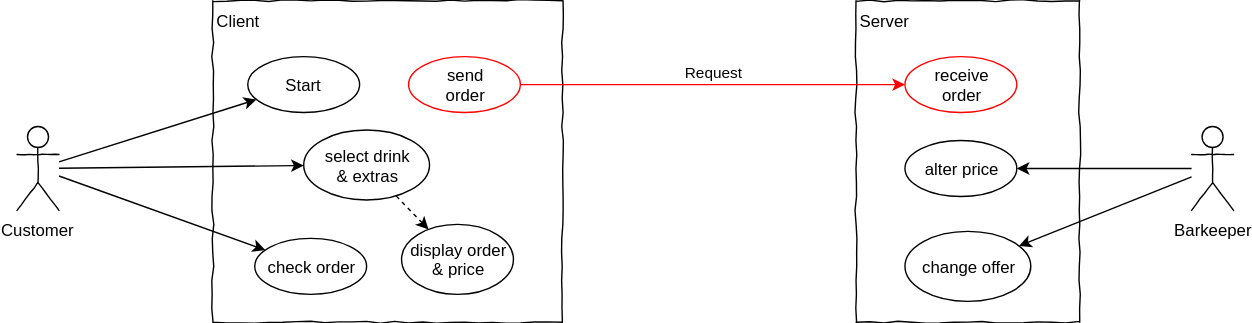
JirkaDellOro/EIA2-Inverted keeps this draw.io diagram as L05_CommunicationClient/Material/draw.io/UseCase.svg. Above is the earlier version. Source tidied: cells renumbered, new cells last; positions are measured from the earlier drawing's top-left corner, leaving out a move shared by most shapes. Source of this version:
```xml
<mxGraphModel>
  <root>
    <mxCell id="0" />
    <mxCell id="1" parent="0" />
    <mxCell id="2" value="&lt;div style=&quot;text-align: left&quot;&gt;&lt;span&gt;Client&lt;/span&gt;&lt;/div&gt;" style="rounded=0;whiteSpace=wrap;html=1;shadow=0;glass=0;comic=1;strokeColor=#000000;labelPosition=center;verticalLabelPosition=middle;align=left;verticalAlign=top;absoluteArcSize=1;arcSize=50;" parent="1" vertex="1">
      <mxGeometry x="140" width="250" height="230" as="geometry" />
    </mxCell>
    <mxCell id="3" value="&lt;div style=&quot;text-align: left&quot;&gt;&lt;span&gt;Server&lt;/span&gt;&lt;/div&gt;" style="rounded=0;whiteSpace=wrap;html=1;shadow=0;glass=0;comic=1;strokeColor=#000000;labelPosition=center;verticalLabelPosition=middle;align=left;verticalAlign=top;absoluteArcSize=1;arcSize=50;" parent="1" vertex="1">
      <mxGeometry x="600" width="160" height="230" as="geometry" />
    </mxCell>
    <mxCell id="4" value="Request" style="edgeStyle=orthogonalEdgeStyle;rounded=0;jettySize=auto;html=1;verticalAlign=bottom;strokeColor=#FF0000;" parent="1" edge="1" source="20" target="19">
      <mxGeometry relative="1" as="geometry" />
    </mxCell>
    <mxCell id="5" style="rounded=0;jettySize=auto;html=1;dashed=1;" parent="1" edge="1" source="11" target="12">
      <mxGeometry relative="1" as="geometry" />
    </mxCell>
    <mxCell id="6" style="rounded=0;jettySize=auto;html=1;" parent="1" edge="1" source="9" target="10">
      <mxGeometry relative="1" as="geometry" />
    </mxCell>
    <mxCell id="7" style="edgeStyle=none;rounded=0;jettySize=auto;html=1;" parent="1" edge="1" source="9" target="11">
      <mxGeometry relative="1" as="geometry" />
    </mxCell>
    <mxCell id="8" style="edgeStyle=none;rounded=0;jettySize=auto;html=1;" parent="1" edge="1" source="9" target="13">
      <mxGeometry relative="1" as="geometry" />
    </mxCell>
    <mxCell id="9" value="Customer" style="shape=umlActor;verticalLabelPosition=bottom;labelBackgroundColor=#ffffff;verticalAlign=top;html=1;rounded=1;shadow=0;comic=1;strokeWidth=1;comic=1;" parent="1" vertex="1">
      <mxGeometry y="90" width="30" height="60" as="geometry" />
    </mxCell>
    <mxCell id="10" value="Start" style="ellipse;whiteSpace=wrap;html=1;rounded=1;shadow=0;strokeWidth=1;comic=1;" parent="1" vertex="1">
      <mxGeometry x="165" y="40" width="80" height="40" as="geometry" />
    </mxCell>
    <mxCell id="11" value="select drink&lt;br&gt;&amp;amp; extras" style="ellipse;whiteSpace=wrap;html=1;rounded=1;shadow=0;strokeWidth=1;comic=1;" parent="1" vertex="1">
      <mxGeometry x="205" y="92.5" width="90" height="50" as="geometry" />
    </mxCell>
    <mxCell id="12" value="display order&lt;br&gt;&amp;amp; price" style="ellipse;whiteSpace=wrap;html=1;rounded=1;shadow=0;strokeWidth=1;comic=1;" parent="1" vertex="1">
      <mxGeometry x="275" y="160" width="80" height="50" as="geometry" />
    </mxCell>
    <mxCell id="13" value="check order" style="ellipse;whiteSpace=wrap;html=1;rounded=1;shadow=0;strokeWidth=1;comic=1;" parent="1" vertex="1">
      <mxGeometry x="170" y="170" width="80" height="40" as="geometry" />
    </mxCell>
    <mxCell id="14" style="rounded=0;jettySize=auto;html=1;" parent="1" edge="1" source="16" target="17">
      <mxGeometry relative="1" as="geometry" />
    </mxCell>
    <mxCell id="15" style="edgeStyle=none;rounded=0;jettySize=auto;html=1;" parent="1" edge="1" source="16" target="18">
      <mxGeometry relative="1" as="geometry" />
    </mxCell>
    <mxCell id="16" value="Barkeeper" style="shape=umlActor;verticalLabelPosition=bottom;labelBackgroundColor=#ffffff;verticalAlign=top;html=1;rounded=1;shadow=0;comic=1;strokeWidth=1;comic=1;" parent="1" vertex="1">
      <mxGeometry x="840" y="90" width="30" height="60" as="geometry" />
    </mxCell>
    <mxCell id="17" value="alter price" style="ellipse;whiteSpace=wrap;html=1;rounded=1;shadow=0;strokeWidth=1;comic=1;" parent="1" vertex="1">
      <mxGeometry x="635" y="100" width="80" height="40" as="geometry" />
    </mxCell>
    <mxCell id="18" value="change offer" style="ellipse;whiteSpace=wrap;html=1;rounded=1;shadow=0;strokeWidth=1;comic=1;" parent="1" vertex="1">
      <mxGeometry x="635" y="165" width="90" height="50" as="geometry" />
    </mxCell>
    <mxCell id="19" value="receive&lt;br&gt;order" style="ellipse;whiteSpace=wrap;html=1;rounded=1;shadow=0;strokeWidth=1;comic=1;strokeColor=#FF0000;" parent="1" vertex="1">
      <mxGeometry x="635" y="40" width="80" height="40" as="geometry" />
    </mxCell>
    <mxCell id="20" value="send&lt;br&gt;order" style="ellipse;whiteSpace=wrap;html=1;rounded=1;shadow=0;strokeWidth=1;comic=1;strokeColor=#FF0000;" parent="1" vertex="1">
      <mxGeometry x="280" y="40" width="80" height="40" as="geometry" />
    </mxCell>
  </root>
</mxGraphModel>
```
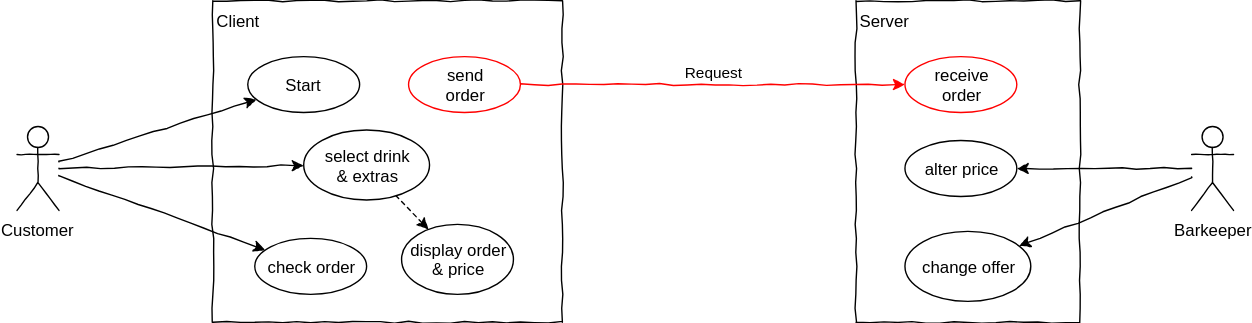
Later version of the same file.

The edit, as a diff of the source:
```diff
@@ -8,19 +8,19 @@
     <mxCell id="3" value="&lt;div style=&quot;text-align: left&quot;&gt;&lt;span&gt;Server&lt;/span&gt;&lt;/div&gt;" style="rounded=0;whiteSpace=wrap;html=1;shadow=0;glass=0;comic=1;strokeColor=#000000;labelPosition=center;verticalLabelPosition=middle;align=left;verticalAlign=top;absoluteArcSize=1;arcSize=50;" parent="1" vertex="1">
       <mxGeometry x="600" width="160" height="230" as="geometry" />
     </mxCell>
-    <mxCell id="4" value="Request" style="edgeStyle=orthogonalEdgeStyle;rounded=0;jettySize=auto;html=1;verticalAlign=bottom;strokeColor=#FF0000;" parent="1" edge="1" source="20" target="19">
+    <mxCell id="4" value="Request" style="edgeStyle=orthogonalEdgeStyle;rounded=0;jettySize=auto;html=1;verticalAlign=bottom;strokeColor=#FF0000;shadow=0;comic=1;" parent="1" edge="1" source="20" target="19">
       <mxGeometry relative="1" as="geometry" />
     </mxCell>
-    <mxCell id="5" style="rounded=0;jettySize=auto;html=1;dashed=1;" parent="1" edge="1" source="11" target="12">
+    <mxCell id="5" style="rounded=0;jettySize=auto;html=1;dashed=1;shadow=0;comic=1;" parent="1" edge="1" source="11" target="12">
       <mxGeometry relative="1" as="geometry" />
     </mxCell>
-    <mxCell id="6" style="rounded=0;jettySize=auto;html=1;" parent="1" edge="1" source="9" target="10">
+    <mxCell id="6" style="rounded=0;jettySize=auto;html=1;shadow=0;comic=1;" parent="1" edge="1" source="9" target="10">
       <mxGeometry relative="1" as="geometry" />
     </mxCell>
-    <mxCell id="7" style="edgeStyle=none;rounded=0;jettySize=auto;html=1;" parent="1" edge="1" source="9" target="11">
+    <mxCell id="7" style="edgeStyle=none;rounded=0;jettySize=auto;html=1;shadow=0;comic=1;" parent="1" edge="1" source="9" target="11">
       <mxGeometry relative="1" as="geometry" />
     </mxCell>
-    <mxCell id="8" style="edgeStyle=none;rounded=0;jettySize=auto;html=1;" parent="1" edge="1" source="9" target="13">
+    <mxCell id="8" style="edgeStyle=none;rounded=0;jettySize=auto;html=1;shadow=0;comic=1;" parent="1" edge="1" source="9" target="13">
       <mxGeometry relative="1" as="geometry" />
     </mxCell>
     <mxCell id="9" value="Customer" style="shape=umlActor;verticalLabelPosition=bottom;labelBackgroundColor=#ffffff;verticalAlign=top;html=1;rounded=1;shadow=0;comic=1;strokeWidth=1;comic=1;" parent="1" vertex="1">
@@ -38,10 +38,10 @@
     <mxCell id="13" value="check order" style="ellipse;whiteSpace=wrap;html=1;rounded=1;shadow=0;strokeWidth=1;comic=1;" parent="1" vertex="1">
       <mxGeometry x="170" y="170" width="80" height="40" as="geometry" />
     </mxCell>
-    <mxCell id="14" style="rounded=0;jettySize=auto;html=1;" parent="1" edge="1" source="16" target="17">
+    <mxCell id="14" style="rounded=0;jettySize=auto;html=1;shadow=0;comic=1;" parent="1" edge="1" source="16" target="17">
       <mxGeometry relative="1" as="geometry" />
     </mxCell>
-    <mxCell id="15" style="edgeStyle=none;rounded=0;jettySize=auto;html=1;" parent="1" edge="1" source="16" target="18">
+    <mxCell id="15" style="edgeStyle=none;rounded=0;jettySize=auto;html=1;shadow=0;comic=1;" parent="1" edge="1" source="16" target="18">
       <mxGeometry relative="1" as="geometry" />
     </mxCell>
     <mxCell id="16" value="Barkeeper" style="shape=umlActor;verticalLabelPosition=bottom;labelBackgroundColor=#ffffff;verticalAlign=top;html=1;rounded=1;shadow=0;comic=1;strokeWidth=1;comic=1;" parent="1" vertex="1">
```
